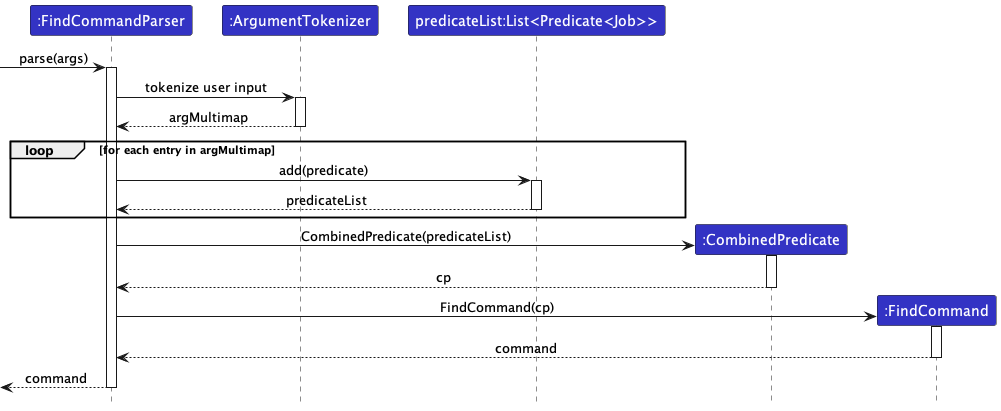
nus-cs2103-AY2324S1/tp keeps this PlantUML diagram as docs/images/developer-guide/FindCommandParserSequenceDiagram.png. Above is the earlier version.
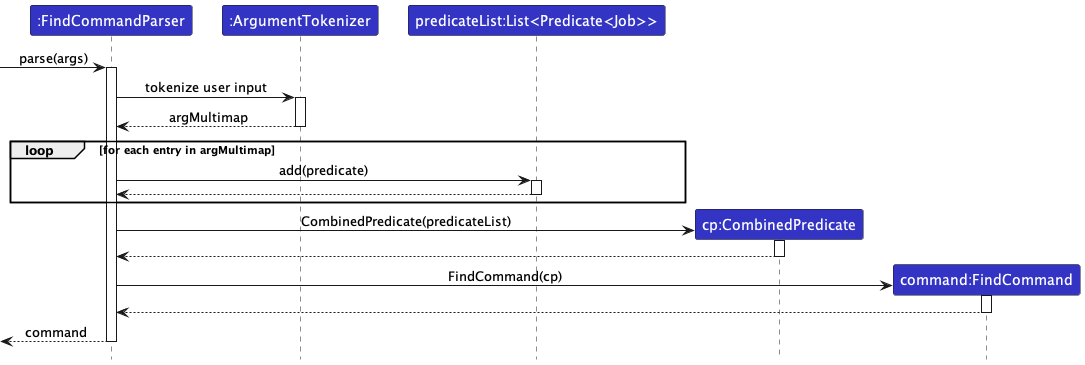
Above is the later version.

Change to the diagram source:
```diff
@@ -5,21 +5,21 @@
 Participant ":FindCommandParser" as fcp LOGIC_COLOR
 Participant ":ArgumentTokenizer" as at LOGIC_COLOR
 Participant "predicateList:List<Predicate<Job>>" as pl LOGIC_COLOR
-Participant ":CombinedPredicate" as cp LOGIC_COLOR
-Participant ":FindCommand" as fc LOGIC_COLOR
+Participant "cp:CombinedPredicate" as cp LOGIC_COLOR
+Participant "command:FindCommand" as fc LOGIC_COLOR
 
 [-> fcp ++: parse(args)
 fcp -> at ++: tokenize user input
 at --> fcp --: argMultimap
 loop for each entry in argMultimap
     fcp -> pl ++: add(predicate)
-    pl --> fcp --: predicateList
+    pl --> fcp --
 end
 create cp
 fcp -> cp ++: CombinedPredicate(predicateList)
-cp --> fcp --: cp
+cp --> fcp --:
 create fc
 fcp -> fc ++: FindCommand(cp)
-fc --> fcp --: command
+fc --> fcp --
 fcp -->[ --: command
 @enduml
```
